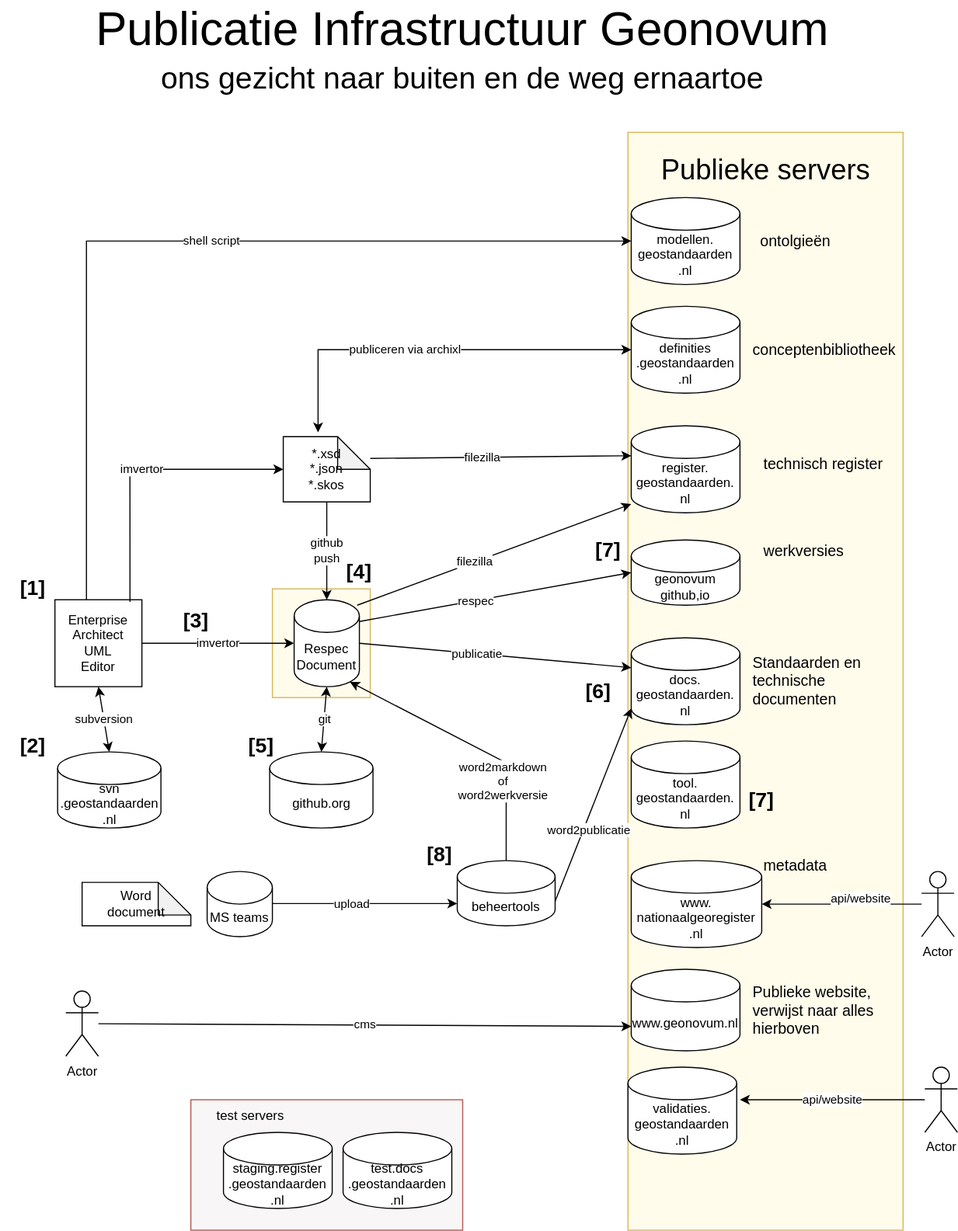
Geonovum/handleiding-tooling keeps this draw.io diagram as docs/media/PublicatieInfrastructuurGeonovum.drawio.svg. Above is the earlier version. Source tidied: cells renumbered, new cells last; positions are measured from the earlier drawing's top-left corner, leaving out a move shared by most shapes.
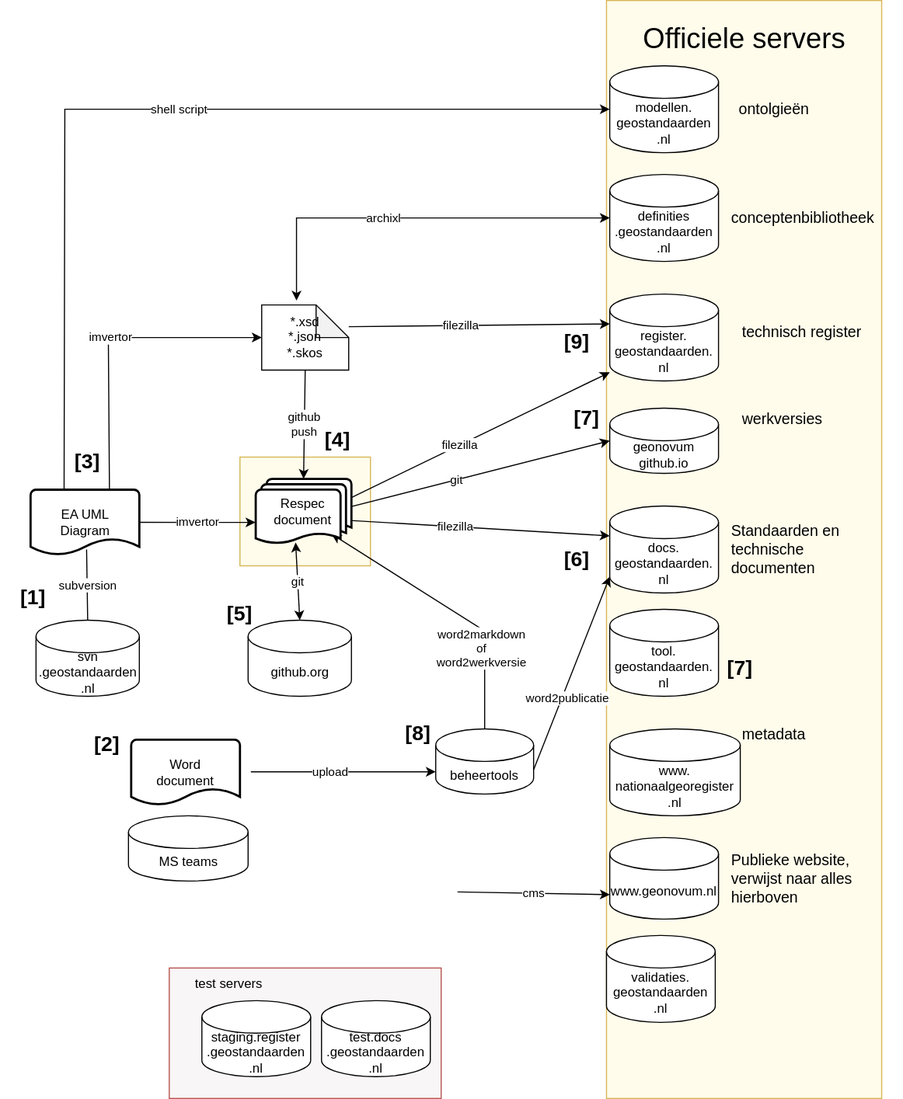
Later version of the same file.

Commit message:
nieuw diagram en bijbehorende teksten bijgewerkt

The edit, as a diff of the source:
```diff
@@ -5,3 +5,3 @@
     <mxCell id="2" style="whiteSpace=wrap;html=1;fillColor=#FFFCEB;strokeColor=#d6b656;" parent="1" vertex="1">
-      <mxGeometry x="250" y="530" width="90" height="100" as="geometry" />
+      <mxGeometry x="240" y="530" width="120" height="100" as="geometry" />
     </mxCell>
@@ -13,12 +13,6 @@
     </mxCell>
-    <mxCell id="5" value="&lt;div&gt;Enterprise&lt;/div&gt;&lt;div&gt;Architect&lt;/div&gt;&lt;div&gt;UML&lt;/div&gt;&lt;div&gt;Editor&lt;/div&gt;" style="whiteSpace=wrap;html=1;" parent="1" vertex="1">
-      <mxGeometry x="50" y="540" width="80" height="80" as="geometry" />
-    </mxCell>
-    <mxCell id="6" value="subversion" style="endArrow=classic;startArrow=classic;html=1;rounded=0;entryX=0.5;entryY=1;entryDx=0;entryDy=0;startWidth=18;exitX=0.5;exitY=0;exitDx=0;exitDy=0;exitPerimeter=0;" parent="1" edge="1" source="57" target="5">
+    <mxCell id="6" value="subversion" style="endArrow=none;startArrow=none;html=1;rounded=0;entryX=0.515;entryY=0.918;entryDx=0;entryDy=0;startWidth=18;exitX=0.5;exitY=0;exitDx=0;exitDy=0;exitPerimeter=0;entryPerimeter=0;startFill=0;" parent="1" edge="1" source="57" target="65">
       <mxGeometry relative="1" as="geometry" />
     </mxCell>
-    <mxCell id="7" value="&lt;div&gt;Respec&lt;/div&gt;&lt;div&gt;Document&lt;/div&gt;" style="shape=cylinder3;whiteSpace=wrap;html=1;boundedLbl=1;backgroundOutline=1;size=15;" parent="1" vertex="1">
-      <mxGeometry x="270" y="540" width="60" height="80" as="geometry" />
-    </mxCell>
-    <mxCell id="8" value="&lt;div&gt;imvertor&lt;/div&gt;" style="endArrow=none;startArrow=classic;html=1;rounded=0;entryX=1;entryY=0.5;entryDx=0;entryDy=0;startWidth=18;exitX=0;exitY=0.5;exitDx=0;exitDy=0;exitPerimeter=0;endFill=0;" parent="1" edge="1" source="7" target="5">
+    <mxCell id="8" value="&lt;div&gt;imvertor&lt;/div&gt;" style="endArrow=none;startArrow=classic;html=1;rounded=0;startWidth=18;exitX=-0.003;exitY=0.668;exitDx=0;exitDy=0;exitPerimeter=0;endFill=0;" parent="1" edge="1" source="66" target="65">
       <mxGeometry relative="1" as="geometry" />
@@ -28,3 +22,3 @@
     </mxCell>
-    <mxCell id="10" value="publicatie" style="endArrow=none;startArrow=classic;html=1;rounded=0;entryX=1;entryY=0.5;entryDx=0;entryDy=0;startWidth=18;exitX=0;exitY=0;exitDx=0;exitDy=27.5;exitPerimeter=0;entryPerimeter=0;endFill=0;" parent="1" edge="1" source="9" target="7">
+    <mxCell id="10" value="filezilla" style="endArrow=none;startArrow=classic;html=1;rounded=0;entryX=0.88;entryY=0.629;entryDx=0;entryDy=0;startWidth=18;exitX=0;exitY=0;exitDx=0;exitDy=27.5;exitPerimeter=0;entryPerimeter=0;endFill=0;" parent="1" edge="1" source="9" target="66">
       <mxGeometry x="0.14" relative="1" as="geometry" />
@@ -34,3 +28,3 @@
     </mxCell>
-    <mxCell id="12" value="&lt;div&gt;imvertor&lt;/div&gt;" style="endArrow=none;startArrow=classic;html=1;rounded=0;entryX=0.863;entryY=0.025;entryDx=0;entryDy=0;startWidth=18;exitX=0;exitY=0.5;exitDx=0;exitDy=0;exitPerimeter=0;endFill=0;entryPerimeter=0;" parent="1" edge="1" source="11" target="5">
+    <mxCell id="12" value="&lt;div&gt;imvertor&lt;/div&gt;" style="endArrow=none;startArrow=classic;html=1;rounded=0;entryX=0.725;entryY=0;entryDx=0;entryDy=0;startWidth=18;exitX=0;exitY=0.5;exitDx=0;exitDy=0;exitPerimeter=0;endFill=0;entryPerimeter=0;" parent="1" edge="1" source="11" target="65">
       <mxGeometry x="-0.01" relative="1" as="geometry">
@@ -55,3 +49,3 @@
     </mxCell>
-    <mxCell id="17" value="publiceren via archixl" style="endArrow=classic;startArrow=classic;html=1;rounded=0;entryX=0.4;entryY=-0.067;entryDx=0;entryDy=0;startWidth=18;exitX=0;exitY=0.5;exitDx=0;exitDy=0;exitPerimeter=0;entryPerimeter=0;" parent="1" edge="1" source="16" target="11">
+    <mxCell id="17" value="archixl" style="endArrow=classic;startArrow=classic;html=1;rounded=0;entryX=0.4;entryY=-0.067;entryDx=0;entryDy=0;startWidth=18;exitX=0;exitY=0.5;exitDx=0;exitDy=0;exitPerimeter=0;entryPerimeter=0;" parent="1" edge="1" source="16" target="11">
       <mxGeometry x="0.14" relative="1" as="geometry">
@@ -63,7 +57,4 @@
     <mxCell id="18" value="MS teams" style="shape=cylinder3;whiteSpace=wrap;html=1;boundedLbl=1;backgroundOutline=1;size=15;" parent="1" vertex="1">
-      <mxGeometry x="190" y="790" width="60" height="60" as="geometry" />
+      <mxGeometry x="137.5" y="860" width="110" height="60" as="geometry" />
     </mxCell>
-    <mxCell id="19" value="Word&lt;br&gt;document" style="shape=note;whiteSpace=wrap;html=1;backgroundOutline=1;darkOpacity=0.05;" parent="1" vertex="1">
-      <mxGeometry x="75" y="800" width="100" height="40" as="geometry" />
-    </mxCell>
     <mxCell id="20" value="upload" style="endArrow=none;startArrow=classic;html=1;rounded=0;entryX=1;entryY=0;entryDx=0;entryDy=52.5;startWidth=18;entryPerimeter=0;endFill=0;" parent="1" edge="1">
@@ -77,12 +68,9 @@
     </mxCell>
-    <mxCell id="22" value="filezilla" style="endArrow=none;startArrow=classic;html=1;rounded=0;entryX=0.967;entryY=0.063;entryDx=0;entryDy=0;startWidth=18;entryPerimeter=0;endFill=0;exitX=0;exitY=0.9;exitDx=0;exitDy=0;exitPerimeter=0;" parent="1" edge="1" source="13" target="7">
+    <mxCell id="22" value="filezilla" style="endArrow=none;startArrow=classic;html=1;rounded=0;entryX=0.95;entryY=0.322;entryDx=0;entryDy=0;startWidth=18;entryPerimeter=0;endFill=0;exitX=0;exitY=0.9;exitDx=0;exitDy=0;exitPerimeter=0;" parent="1" edge="1" source="13" target="66">
       <mxGeometry x="0.14" relative="1" as="geometry" />
     </mxCell>
-    <mxCell id="23" value="Publicatie Infrastructuur Geonovum" style="text;html=1;strokeColor=none;fillColor=none;align=center;verticalAlign=middle;whiteSpace=wrap;rounded=0;fontSize=43;" parent="1" vertex="1">
-      <mxGeometry x="70" width="710" height="30" as="geometry" />
-    </mxCell>
-    <mxCell id="24" value="&lt;div&gt;github&lt;/div&gt;&lt;div&gt;push&lt;br&gt;&lt;/div&gt;" style="endArrow=none;startArrow=classic;html=1;rounded=0;entryX=0.5;entryY=1;entryDx=0;entryDy=0;startWidth=18;entryPerimeter=0;endFill=0;" parent="1" edge="1" source="7" target="11">
+    <mxCell id="24" value="&lt;div&gt;github&lt;/div&gt;&lt;div&gt;push&lt;br&gt;&lt;/div&gt;" style="endArrow=none;startArrow=classic;html=1;rounded=0;entryX=0.5;entryY=1;entryDx=0;entryDy=0;startWidth=18;entryPerimeter=0;endFill=0;exitX=0.5;exitY=0;exitDx=0;exitDy=0;exitPerimeter=0;" parent="1" edge="1" source="66" target="11">
       <mxGeometry relative="1" as="geometry" />
     </mxCell>
-    <mxCell id="25" value="&lt;div&gt;word2markdown&lt;/div&gt;&lt;div&gt;of &lt;br&gt;&lt;/div&gt;&lt;div&gt;word2werkversie&lt;br&gt;&lt;/div&gt;" style="endArrow=none;startArrow=classic;html=1;rounded=0;entryX=0.5;entryY=0;entryDx=0;entryDy=0;startWidth=18;entryPerimeter=0;endFill=0;exitX=0.855;exitY=1;exitDx=0;exitDy=-4.35;exitPerimeter=0;" parent="1" edge="1" source="7" target="14">
+    <mxCell id="25" value="&lt;div&gt;word2markdown&lt;/div&gt;&lt;div&gt;of &lt;br&gt;&lt;/div&gt;&lt;div&gt;word2werkversie&lt;br&gt;&lt;/div&gt;" style="endArrow=none;startArrow=classic;html=1;rounded=0;entryX=0.5;entryY=0;entryDx=0;entryDy=0;startWidth=18;entryPerimeter=0;endFill=0;exitX=0.793;exitY=0.847;exitDx=0;exitDy=0;exitPerimeter=0;" parent="1" edge="1" source="66" target="14">
       <mxGeometry x="0.43" y="-3" relative="1" as="geometry">
@@ -96,5 +84,4 @@
     </mxCell>
-    <mxCell id="27" value="shell script" style="endArrow=none;startArrow=classic;html=1;rounded=0;entryX=0.863;entryY=0.025;entryDx=0;entryDy=0;startWidth=18;endFill=0;entryPerimeter=0;exitX=0;exitY=0.5;exitDx=0;exitDy=0;exitPerimeter=0;" parent="1" edge="1" source="28">
+    <mxCell id="27" value="shell script" style="endArrow=none;startArrow=classic;html=1;rounded=0;entryX=0.308;entryY=0.033;entryDx=0;entryDy=0;startWidth=18;endFill=0;entryPerimeter=0;exitX=0;exitY=0.5;exitDx=0;exitDy=0;exitPerimeter=0;" parent="1" edge="1" source="28" target="65">
       <mxGeometry x="-0.07" relative="1" as="geometry">
-        <mxPoint x="79" y="540" as="targetPoint" />
         <Array as="points">
@@ -107,3 +94,3 @@
     </mxCell>
-    <mxCell id="29" value="&lt;div&gt;geonovum&lt;/div&gt;&lt;div&gt;github,io&lt;/div&gt;" style="shape=cylinder3;whiteSpace=wrap;html=1;boundedLbl=1;backgroundOutline=1;size=15;" parent="1" vertex="1">
+    <mxCell id="29" value="&lt;div&gt;geonovum&lt;/div&gt;&lt;div&gt;github.io&lt;/div&gt;" style="shape=cylinder3;whiteSpace=wrap;html=1;boundedLbl=1;backgroundOutline=1;size=15;" parent="1" vertex="1">
       <mxGeometry x="580" y="485" width="100" height="60" as="geometry" />
@@ -113,6 +100,4 @@
     </mxCell>
-    <mxCell id="31" value="respec" style="endArrow=none;startArrow=classic;html=1;rounded=0;startWidth=18;endFill=0;exitX=0;exitY=0.5;exitDx=0;exitDy=0;exitPerimeter=0;" parent="1" edge="1" source="29">
-      <mxGeometry x="0.14" relative="1" as="geometry">
-        <mxPoint x="330" y="560" as="targetPoint" />
-      </mxGeometry>
+    <mxCell id="31" value="git" style="endArrow=none;startArrow=classic;html=1;rounded=0;startWidth=18;endFill=0;exitX=0;exitY=0.5;exitDx=0;exitDy=0;exitPerimeter=0;entryX=0.898;entryY=0.463;entryDx=0;entryDy=0;entryPerimeter=0;" parent="1" edge="1" source="29" target="66">
+      <mxGeometry x="0.14" relative="1" as="geometry" />
     </mxCell>
@@ -133,9 +118,8 @@
     </mxCell>
-    <mxCell id="37" value="Actor" style="shape=umlActor;verticalLabelPosition=bottom;verticalAlign=top;html=1;outlineConnect=0;" parent="1" vertex="1">
-      <mxGeometry x="60" y="900" width="30" height="60" as="geometry" />
-    </mxCell>
-    <mxCell id="38" value="cms" style="endArrow=none;startArrow=classic;html=1;rounded=0;startWidth=18;exitX=0;exitY=0;exitDx=0;exitDy=52.5;exitPerimeter=0;endFill=0;" parent="1" edge="1" source="35" target="37">
-      <mxGeometry relative="1" as="geometry" />
+    <mxCell id="38" value="cms" style="endArrow=none;startArrow=classic;html=1;rounded=0;startWidth=18;exitX=0;exitY=0;exitDx=0;exitDy=52.5;exitPerimeter=0;endFill=0;" parent="1" edge="1" source="35">
+      <mxGeometry relative="1" as="geometry">
+        <mxPoint x="440" y="930" as="targetPoint" />
+      </mxGeometry>
     </mxCell>
-    <mxCell id="39" value="&lt;font style=&quot;font-size: 26px;&quot;&gt;Publieke servers&lt;/font&gt;" style="text;strokeColor=none;align=center;fillColor=none;html=1;verticalAlign=middle;whiteSpace=wrap;rounded=0;" parent="1" vertex="1">
+    <mxCell id="39" value="&lt;font style=&quot;font-size: 26px;&quot;&gt;Officiele servers&lt;/font&gt;" style="text;strokeColor=none;align=center;fillColor=none;html=1;verticalAlign=middle;whiteSpace=wrap;rounded=0;" parent="1" vertex="1">
       <mxGeometry x="588.5" y="130" width="230" height="30" as="geometry" />
@@ -157,10 +141,2 @@
     </mxCell>
-    <mxCell id="45" value="Actor" style="shape=umlActor;verticalLabelPosition=bottom;verticalAlign=top;html=1;outlineConnect=0;" parent="1" vertex="1">
-      <mxGeometry x="850" y="970" width="30" height="60" as="geometry" />
-    </mxCell>
-    <mxCell id="46" value="api/website" style="endArrow=none;startArrow=classic;html=1;rounded=0;startWidth=18;endFill=0;" parent="1" edge="1" target="45">
-      <mxGeometry relative="1" as="geometry">
-        <mxPoint x="680" y="1000" as="sourcePoint" />
-      </mxGeometry>
-    </mxCell>
     <mxCell id="47" value="&lt;div&gt;www.&lt;/div&gt;&lt;div&gt;nationaalgeoregister&lt;/div&gt;&lt;div&gt;.nl&lt;br&gt;&lt;/div&gt;" style="shape=cylinder3;whiteSpace=wrap;html=1;boundedLbl=1;backgroundOutline=1;size=15;" parent="1" vertex="1">
@@ -168,8 +144,2 @@
     </mxCell>
-    <mxCell id="48" value="Actor" style="shape=umlActor;verticalLabelPosition=bottom;verticalAlign=top;html=1;outlineConnect=0;" parent="1" vertex="1">
-      <mxGeometry x="847" y="790" width="30" height="60" as="geometry" />
-    </mxCell>
-    <mxCell id="49" value="api/website" style="endArrow=none;startArrow=classic;html=1;rounded=0;startWidth=18;endFill=0;" parent="1" edge="1" source="47" target="48">
-      <mxGeometry x="0.24" y="5" relative="1" as="geometry" />
-    </mxCell>
     <mxCell id="50" value="metadata" style="text;strokeColor=none;align=left;fillColor=none;html=1;verticalAlign=middle;whiteSpace=wrap;rounded=0;fontSize=14;" parent="1" vertex="1">
@@ -177,5 +147,2 @@
     </mxCell>
-    <mxCell id="51" value="&lt;font style=&quot;font-size: 28px;&quot;&gt;ons gezicht naar buiten en de weg ernaartoe&lt;br&gt;&lt;/font&gt;" style="text;html=1;strokeColor=none;fillColor=none;align=center;verticalAlign=middle;whiteSpace=wrap;rounded=0;fontSize=43;" parent="1" vertex="1">
-      <mxGeometry x="70" y="40" width="710" height="30" as="geometry" />
-    </mxCell>
     <mxCell id="52" value="test servers" style="text;strokeColor=none;align=center;fillColor=none;html=1;verticalAlign=middle;whiteSpace=wrap;rounded=0;" parent="1" vertex="1">
@@ -184,9 +151,9 @@
     <mxCell id="53" value="&lt;font style=&quot;font-size: 19px;&quot;&gt;&lt;b&gt;[1]&lt;/b&gt;&lt;/font&gt;" style="text;strokeColor=none;align=center;fillColor=none;html=1;verticalAlign=middle;whiteSpace=wrap;rounded=0;" parent="1" vertex="1">
-      <mxGeometry y="515" width="60" height="30" as="geometry" />
+      <mxGeometry x="20" y="645" width="60" height="30" as="geometry" />
     </mxCell>
     <mxCell id="54" value="&lt;font style=&quot;font-size: 19px;&quot;&gt;&lt;b&gt;[2]&lt;/b&gt;&lt;/font&gt;" style="text;strokeColor=none;align=center;fillColor=none;html=1;verticalAlign=middle;whiteSpace=wrap;rounded=0;" parent="1" vertex="1">
-      <mxGeometry y="660" width="60" height="30" as="geometry" />
+      <mxGeometry x="87.5" y="780" width="60" height="30" as="geometry" />
     </mxCell>
     <mxCell id="55" value="&lt;font style=&quot;font-size: 19px;&quot;&gt;&lt;b&gt;[3]&lt;/b&gt;&lt;/font&gt;" style="text;strokeColor=none;align=center;fillColor=none;html=1;verticalAlign=middle;whiteSpace=wrap;rounded=0;" parent="1" vertex="1">
-      <mxGeometry x="150" y="545" width="60" height="30" as="geometry" />
+      <mxGeometry x="70" y="520" width="60" height="30" as="geometry" />
     </mxCell>
@@ -198,3 +165,3 @@
     </mxCell>
-    <mxCell id="58" value="git" style="endArrow=classic;startArrow=classic;html=1;rounded=0;entryX=0.5;entryY=0;entryDx=0;entryDy=0;startWidth=18;exitX=0.5;exitY=1;exitDx=0;exitDy=0;exitPerimeter=0;entryPerimeter=0;" parent="1" edge="1" source="7" target="4">
+    <mxCell id="58" value="git" style="endArrow=classic;startArrow=classic;html=1;rounded=0;entryX=0.5;entryY=0;entryDx=0;entryDy=0;startWidth=18;exitX=0.417;exitY=0.976;exitDx=0;exitDy=0;exitPerimeter=0;entryPerimeter=0;" parent="1" edge="1" source="66" target="4">
       <mxGeometry relative="1" as="geometry" />
@@ -214,3 +181,3 @@
     <mxCell id="63" value="&lt;font style=&quot;font-size: 19px;&quot;&gt;&lt;b&gt;[8]&lt;/b&gt;&lt;/font&gt;" style="text;strokeColor=none;align=center;fillColor=none;html=1;verticalAlign=middle;whiteSpace=wrap;rounded=0;" parent="1" vertex="1">
-      <mxGeometry x="374" y="760" width="60" height="30" as="geometry" />
+      <mxGeometry x="374" y="770" width="60" height="30" as="geometry" />
     </mxCell>
@@ -219,2 +186,14 @@
     </mxCell>
+    <mxCell id="65" value="&lt;div&gt;EA UML &lt;br&gt;&lt;/div&gt;&lt;div&gt;Diagram&lt;/div&gt;" style="strokeWidth=2;html=1;shape=mxgraph.flowchart.document2;whiteSpace=wrap;size=0.25;" parent="1" vertex="1">
+      <mxGeometry x="47.5" y="560" width="100" height="60" as="geometry" />
+    </mxCell>
+    <mxCell id="66" value="&lt;div&gt;Respec&lt;/div&gt;&lt;div&gt;document&lt;/div&gt;" style="strokeWidth=2;html=1;shape=mxgraph.flowchart.multi-document;whiteSpace=wrap;" parent="1" vertex="1">
+      <mxGeometry x="254.5" y="550" width="88" height="60" as="geometry" />
+    </mxCell>
+    <mxCell id="19" value="&lt;div&gt;Word&lt;/div&gt;&lt;div&gt;document&lt;/div&gt;" style="strokeWidth=2;html=1;shape=mxgraph.flowchart.document2;whiteSpace=wrap;size=0.25;" parent="1" vertex="1">
+      <mxGeometry x="140" y="790" width="100" height="60" as="geometry" />
+    </mxCell>
+    <mxCell id="67" value="&lt;font style=&quot;font-size: 19px;&quot;&gt;&lt;b&gt;[9]&lt;/b&gt;&lt;/font&gt;" style="text;strokeColor=none;align=center;fillColor=none;html=1;verticalAlign=middle;whiteSpace=wrap;rounded=0;" parent="1" vertex="1">
+      <mxGeometry x="520" y="410" width="60" height="30" as="geometry" />
+    </mxCell>
   </root>
```
